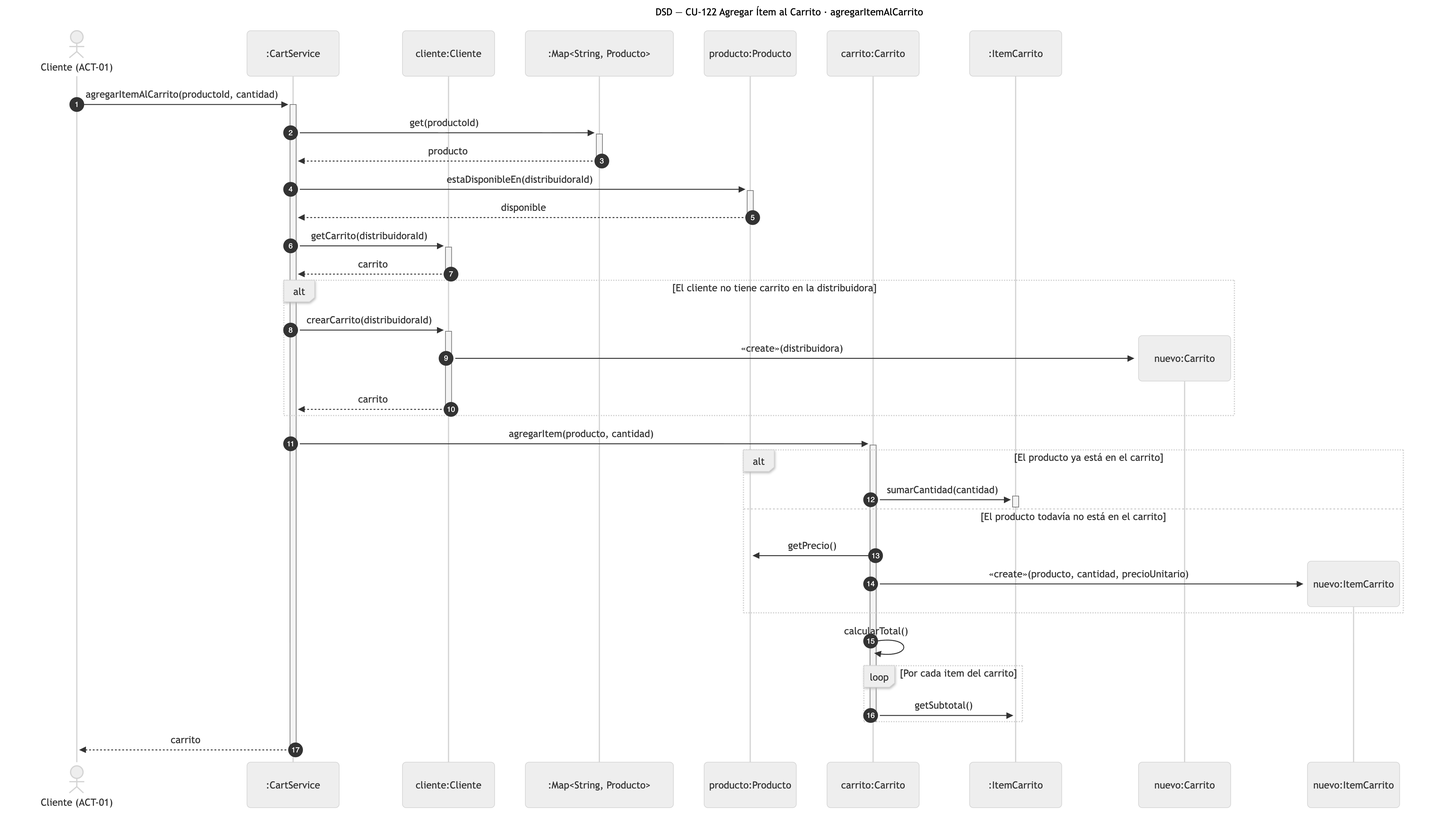
Above: diagramas/png/DSD_CU-122_agregarItemAlCarrito.png in Nahuelito-Dev/splg-docs (Mermaid), before the change. Its source is kept beside it as diagramas/DSD_CU-122_agregarItemAlCarrito.mmd.
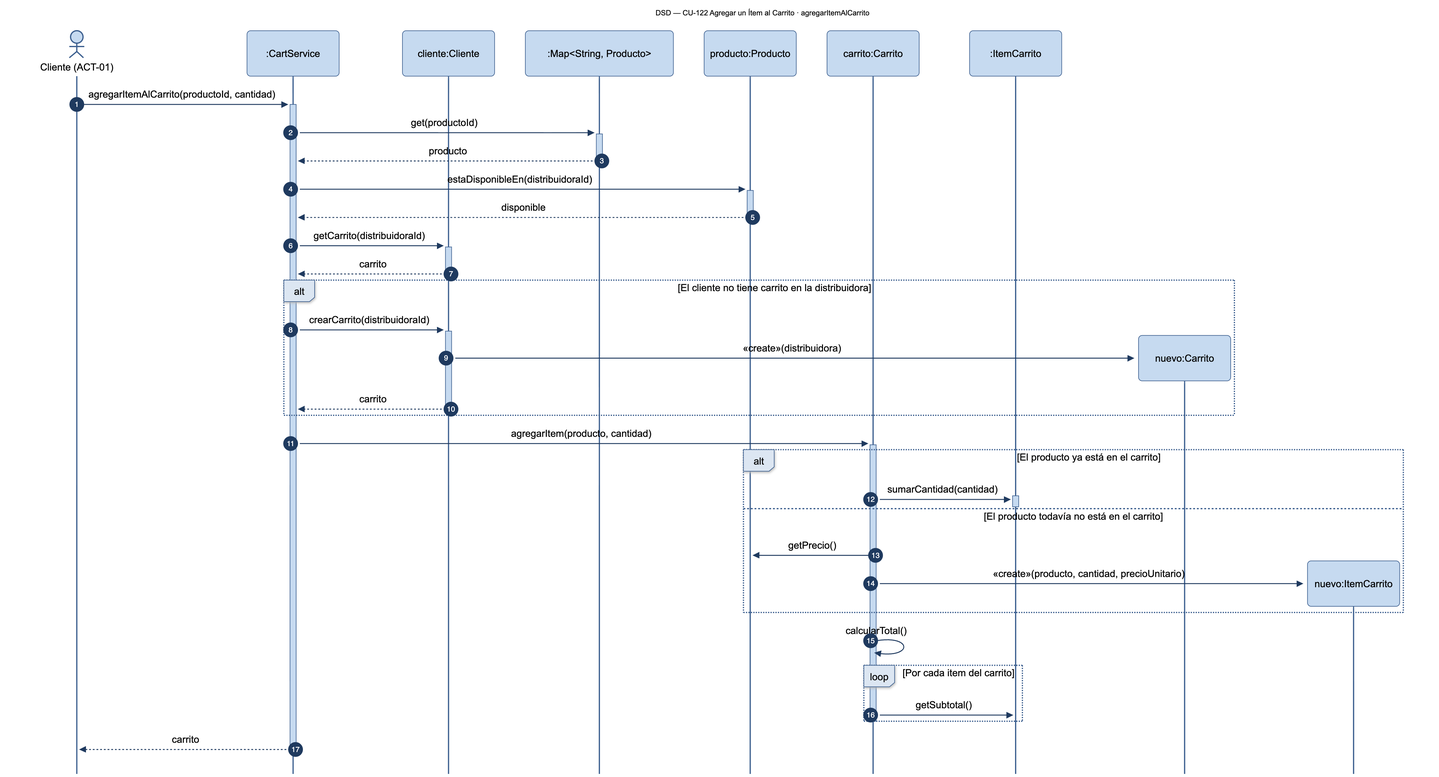
The same diagram one commit later.

What changed in the source:
```diff
@@ -1,5 +1,5 @@
 sequenceDiagram
-    title DSD — CU-122 Agregar Ítem al Carrito · agregarItemAlCarrito
+    title DSD — CU-122 Agregar un Ítem al Carrito · agregarItemAlCarrito
     autonumber
     actor CLI as Cliente (ACT-01)
     participant SRV as :CartService
```
